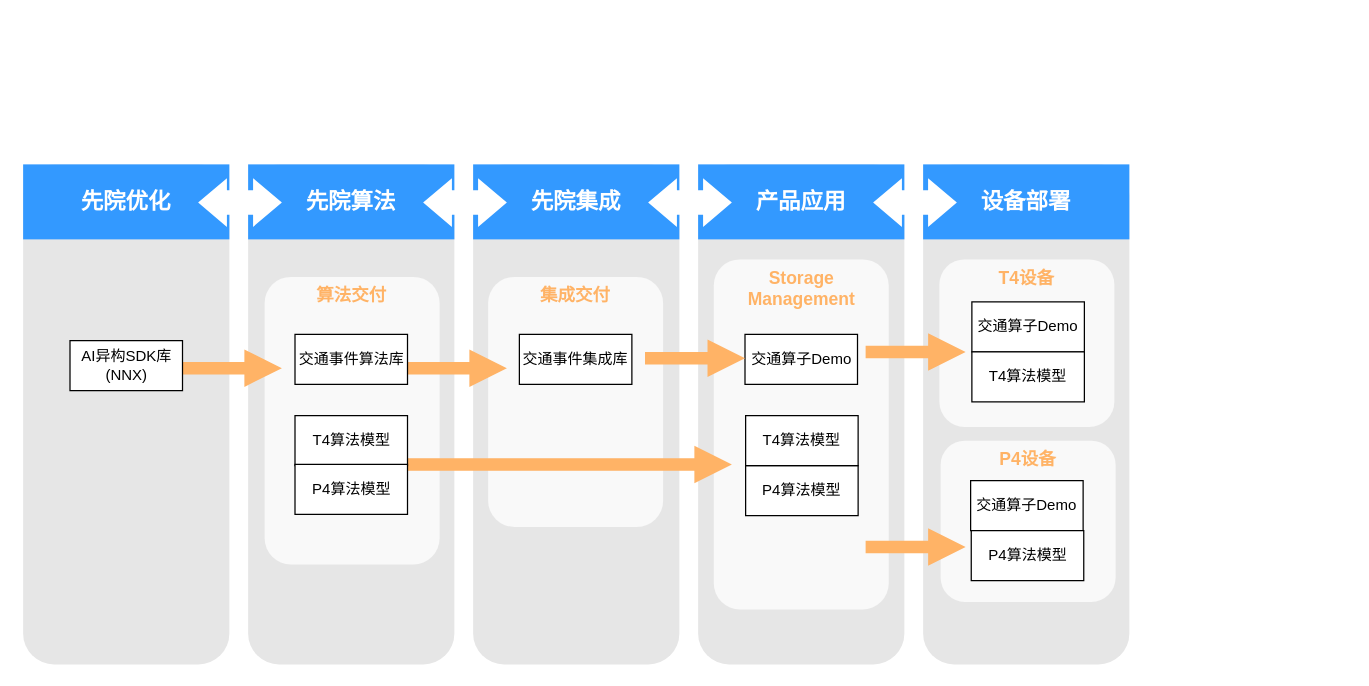
This is zhuanxiang_2.drawio from snowolfhawk/ceph-scripts, a draw.io file, before an edit. Source tidied: cells renumbered, new cells numbered last; positions are measured from the earlier drawing's top-left corner, leaving out a move shared by most shapes. Both pictures are drawn from the tidied source at 125%, with x=0, y=0 at pixel (22, 76).
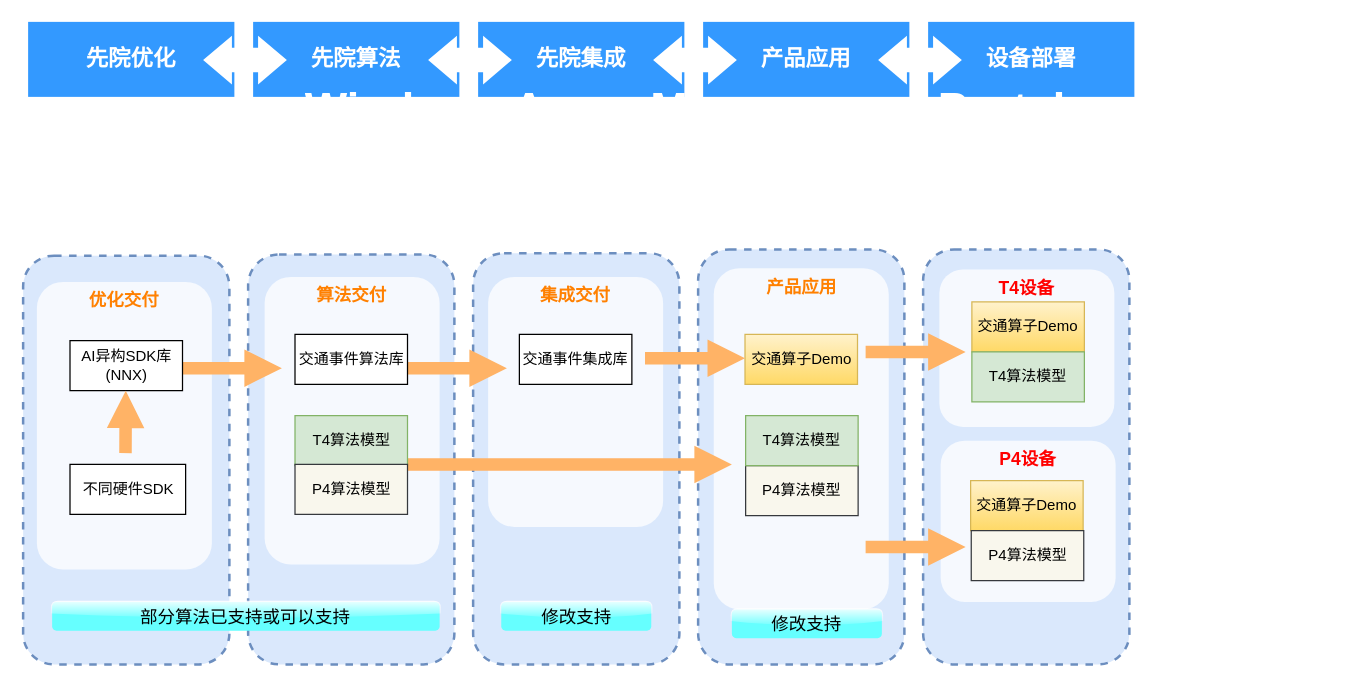
The same page after the edit.

Change to the diagram source:
```diff
@@
+    <mxCell id="4" style="rounded=1;whiteSpace=wrap;html=1;dashed=1;strokeColor=#6c8ebf;strokeWidth=2;fillColor=#dae8fc;fontFamily=Verdana;fontSize=12;" parent="1" vertex="1">
+      <mxGeometry y="143" width="165" height="327" as="geometry" />
+    </mxCell>
+    <mxCell id="40" value="&lt;font color=&quot;#ff8000&quot;&gt;优化交付&lt;/font&gt;" style="rounded=1;whiteSpace=wrap;html=1;dashed=1;strokeColor=none;strokeWidth=2;fillColor=#FFFFFF;fontFamily=Helvetica;fontSize=14;fontColor=#FFB366;opacity=75;verticalAlign=top;fontStyle=1;" parent="1" vertex="1">
+      <mxGeometry x="11" y="164" width="140" height="230" as="geometry" />
+    </mxCell>
-    <mxCell id="2" style="rounded=1;whiteSpace=wrap;html=1;dashed=1;strokeColor=none;strokeWidth=2;fillColor=#E6E6E6;fontFamily=Verdana;fontSize=12;fontColor=#00BEF2;" parent="1" vertex="1">
-      <mxGeometry x="360" y="70" width="165" height="400" as="geometry" />
+    <mxCell id="2" style="rounded=1;whiteSpace=wrap;html=1;dashed=1;strokeColor=#6c8ebf;strokeWidth=2;fillColor=#dae8fc;fontFamily=Verdana;fontSize=12;" parent="1" vertex="1">
+      <mxGeometry x="360" y="141" width="165" height="329" as="geometry" />
     </mxCell>
-    <mxCell id="3" value="集成交付" style="rounded=1;whiteSpace=wrap;html=1;dashed=1;strokeColor=none;strokeWidth=2;fillColor=#FFFFFF;fontFamily=Helvetica;fontSize=14;fontColor=#FFB366;opacity=75;verticalAlign=top;fontStyle=1;" parent="1" vertex="1">
+    <mxCell id="3" value="&lt;font color=&quot;#ff8000&quot;&gt;集成交付&lt;/font&gt;" style="rounded=1;whiteSpace=wrap;html=1;dashed=1;strokeColor=none;strokeWidth=2;fillColor=#FFFFFF;fontFamily=Helvetica;fontSize=14;fontColor=#FFB366;opacity=75;verticalAlign=top;fontStyle=1;" parent="1" vertex="1">
       <mxGeometry x="372" y="160" width="140" height="200" as="geometry" />
     </mxCell>
-    <mxCell id="4" style="rounded=1;whiteSpace=wrap;html=1;dashed=1;strokeColor=none;strokeWidth=2;fillColor=#E6E6E6;fontFamily=Verdana;fontSize=12;fontColor=#00BEF2;" parent="1" vertex="1">
-      <mxGeometry y="70" width="165" height="400" as="geometry" />
-    </mxCell>
-    <mxCell id="5" style="rounded=1;whiteSpace=wrap;html=1;dashed=1;strokeColor=none;strokeWidth=2;fillColor=#E6E6E6;fontFamily=Verdana;fontSize=12;fontColor=#00BEF2;" parent="1" vertex="1">
-      <mxGeometry x="180" y="70" width="165" height="400" as="geometry" />
+    <mxCell id="5" style="rounded=1;whiteSpace=wrap;html=1;dashed=1;strokeColor=#6c8ebf;strokeWidth=2;fillColor=#dae8fc;fontFamily=Verdana;fontSize=12;" parent="1" vertex="1">
+      <mxGeometry x="180" y="142" width="165" height="328" as="geometry" />
     </mxCell>
-    <mxCell id="6" style="rounded=1;whiteSpace=wrap;html=1;dashed=1;strokeColor=none;strokeWidth=2;fillColor=#E6E6E6;fontFamily=Verdana;fontSize=12;fontColor=#00BEF2;" parent="1" vertex="1">
-      <mxGeometry x="540" y="70" width="165" height="400" as="geometry" />
+    <mxCell id="6" style="rounded=1;whiteSpace=wrap;html=1;dashed=1;strokeColor=#6c8ebf;strokeWidth=2;fillColor=#dae8fc;fontFamily=Verdana;fontSize=12;" parent="1" vertex="1">
+      <mxGeometry x="540" y="138" width="165" height="332" as="geometry" />
     </mxCell>
-    <mxCell id="7" style="rounded=1;whiteSpace=wrap;html=1;dashed=1;strokeColor=none;strokeWidth=2;fillColor=#E6E6E6;fontFamily=Verdana;fontSize=12;fontColor=#00BEF2;" parent="1" vertex="1">
-      <mxGeometry x="720" y="70" width="165" height="400" as="geometry" />
+    <mxCell id="7" style="rounded=1;whiteSpace=wrap;html=1;dashed=1;strokeColor=#6c8ebf;strokeWidth=2;fillColor=#dae8fc;fontFamily=Verdana;fontSize=12;" parent="1" vertex="1">
+      <mxGeometry x="720" y="138" width="165" height="332" as="geometry" />
     </mxCell>
     <mxCell id="8" value="先院优化" style="whiteSpace=wrap;html=1;dashed=1;strokeColor=none;strokeWidth=2;fillColor=#3399FF;fontFamily=Helvetica;fontSize=18;fontColor=#FFFFFF;fontStyle=1;" parent="1" vertex="1">
-      <mxGeometry y="70" width="165" height="60" as="geometry" />
+      <mxGeometry x="4" y="-44" width="165" height="60" as="geometry" />
     </mxCell>
     <mxCell id="9" value="先院算法" style="whiteSpace=wrap;html=1;dashed=1;strokeColor=none;strokeWidth=2;fillColor=#3399FF;fontFamily=Helvetica;fontSize=18;fontColor=#FFFFFF;fontStyle=1;" parent="1" vertex="1">
-      <mxGeometry x="180" y="70" width="165" height="60" as="geometry" />
+      <mxGeometry x="184" y="-44" width="165" height="60" as="geometry" />
     </mxCell>
     <mxCell id="10" value="先院集成" style="whiteSpace=wrap;html=1;dashed=1;strokeColor=none;strokeWidth=2;fillColor=#3399FF;fontFamily=Helvetica;fontSize=18;fontColor=#FFFFFF;fontStyle=1;" parent="1" vertex="1">
-      <mxGeometry x="360" y="70" width="165" height="60" as="geometry" />
+      <mxGeometry x="364" y="-44" width="165" height="60" as="geometry" />
     </mxCell>
     <mxCell id="11" value="产品应用" style="whiteSpace=wrap;html=1;dashed=1;strokeColor=none;strokeWidth=2;fillColor=#3399FF;fontFamily=Helvetica;fontSize=18;fontColor=#FFFFFF;fontStyle=1;" parent="1" vertex="1">
-      <mxGeometry x="540" y="70" width="165" height="60" as="geometry" />
+      <mxGeometry x="544" y="-44" width="165" height="60" as="geometry" />
     </mxCell>
     <mxCell id="12" value="设备部署" style="whiteSpace=wrap;html=1;dashed=1;strokeColor=none;strokeWidth=2;fillColor=#3399FF;fontFamily=Helvetica;fontSize=18;fontColor=#FFFFFF;fontStyle=1;" parent="1" vertex="1">
-      <mxGeometry x="720" y="70" width="165" height="60" as="geometry" />
+      <mxGeometry x="724" y="-44" width="165" height="60" as="geometry" />
     </mxCell>
     <mxCell id="13" style="shape=mxgraph.arrows.two_way_arrow_horizontal;html=1;verticalLabelPosition=bottom;verticalAlign=top;strokeWidth=2;strokeColor=none;dashed=1;fillColor=#FFFFFF;fontFamily=Verdana;fontSize=12;fontColor=#00BEF2;" parent="1" vertex="1">
-      <mxGeometry x="140" y="81" width="67" height="39" as="geometry" />
+      <mxGeometry x="144" y="-33" width="67" height="39" as="geometry" />
     </mxCell>
     <mxCell id="14" style="shape=mxgraph.arrows.two_way_arrow_horizontal;html=1;verticalLabelPosition=bottom;verticalAlign=top;strokeWidth=2;strokeColor=none;dashed=1;fillColor=#FFFFFF;fontFamily=Verdana;fontSize=12;fontColor=#00BEF2;" parent="1" vertex="1">
-      <mxGeometry x="320" y="81" width="67" height="39" as="geometry" />
+      <mxGeometry x="324" y="-33" width="67" height="39" as="geometry" />
     </mxCell>
     <mxCell id="15" style="shape=mxgraph.arrows.two_way_arrow_horizontal;html=1;verticalLabelPosition=bottom;verticalAlign=top;strokeWidth=2;strokeColor=none;dashed=1;fillColor=#FFFFFF;fontFamily=Verdana;fontSize=12;fontColor=#00BEF2;" parent="1" vertex="1">
-      <mxGeometry x="500" y="81" width="67" height="39" as="geometry" />
+      <mxGeometry x="504" y="-33" width="67" height="39" as="geometry" />
     </mxCell>
     <mxCell id="16" style="shape=mxgraph.arrows.two_way_arrow_horizontal;html=1;verticalLabelPosition=bottom;verticalAlign=top;strokeWidth=2;strokeColor=none;dashed=1;fillColor=#FFFFFF;fontFamily=Verdana;fontSize=12;fontColor=#00BEF2;" parent="1" vertex="1">
-      <mxGeometry x="680" y="81" width="67" height="39" as="geometry" />
+      <mxGeometry x="684" y="-33" width="67" height="39" as="geometry" />
     </mxCell>
@@
-    <mxCell id="18" value="Storage Management" style="rounded=1;whiteSpace=wrap;html=1;dashed=1;strokeColor=none;strokeWidth=2;fillColor=#FFFFFF;fontFamily=Helvetica;fontSize=14;fontColor=#FFB366;opacity=75;verticalAlign=top;fontStyle=1;" parent="1" vertex="1">
-      <mxGeometry x="552.5" y="146" width="140" height="280" as="geometry" />
+    <mxCell id="18" value="&lt;font color=&quot;#ff8000&quot;&gt;产品应用&lt;/font&gt;" style="rounded=1;whiteSpace=wrap;html=1;dashed=1;strokeColor=none;strokeWidth=2;fillColor=#FFFFFF;fontFamily=Helvetica;fontSize=14;fontColor=#FFB366;opacity=75;verticalAlign=top;fontStyle=1;" parent="1" vertex="1">
+      <mxGeometry x="552.5" y="153" width="140" height="273" as="geometry" />
     </mxCell>
-    <mxCell id="19" value="T4设备" style="rounded=1;whiteSpace=wrap;html=1;dashed=1;strokeColor=none;strokeWidth=2;fillColor=#FFFFFF;fontFamily=Helvetica;fontSize=14;fontColor=#FFB366;opacity=75;verticalAlign=top;fontStyle=1;" parent="1" vertex="1">
-      <mxGeometry x="733" y="146" width="140" height="134" as="geometry" />
+    <mxCell id="19" value="&lt;font color=&quot;#ff0000&quot;&gt;T4设备&lt;/font&gt;" style="rounded=1;whiteSpace=wrap;html=1;dashed=1;strokeColor=none;strokeWidth=2;fillColor=#FFFFFF;fontFamily=Helvetica;fontSize=14;fontColor=#FFB366;opacity=75;verticalAlign=top;fontStyle=1;" parent="1" vertex="1">
+      <mxGeometry x="733" y="154" width="140" height="126" as="geometry" />
     </mxCell>
-    <mxCell id="20" value="P4设备" style="rounded=1;whiteSpace=wrap;html=1;dashed=1;strokeColor=none;strokeWidth=2;fillColor=#FFFFFF;fontFamily=Helvetica;fontSize=14;fontColor=#FFB366;opacity=75;verticalAlign=top;fontStyle=1;" parent="1" vertex="1">
+    <mxCell id="20" value="&lt;font color=&quot;#ff0000&quot;&gt;P4设备&lt;/font&gt;" style="rounded=1;whiteSpace=wrap;html=1;dashed=1;strokeColor=none;strokeWidth=2;fillColor=#FFFFFF;fontFamily=Helvetica;fontSize=14;fontColor=#FFB366;opacity=75;verticalAlign=top;fontStyle=1;" parent="1" vertex="1">
       <mxGeometry x="734" y="291" width="140" height="129" as="geometry" />
     </mxCell>
-    <mxCell id="21" value="算法交付" style="rounded=1;whiteSpace=wrap;html=1;dashed=1;strokeColor=none;strokeWidth=2;fillColor=#FFFFFF;fontFamily=Helvetica;fontSize=14;fontColor=#FFB366;opacity=75;verticalAlign=top;fontStyle=1;" parent="1" vertex="1">
+    <mxCell id="21" value="&lt;font color=&quot;#ff8000&quot;&gt;算法交付&lt;/font&gt;" style="rounded=1;whiteSpace=wrap;html=1;dashed=1;strokeColor=none;strokeWidth=2;fillColor=#FFFFFF;fontFamily=Helvetica;fontSize=14;fontColor=#FFB366;opacity=75;verticalAlign=top;fontStyle=1;" parent="1" vertex="1">
       <mxGeometry x="193.2" y="160" width="140" height="230" as="geometry" />
     </mxCell>
@@
-    <mxCell id="29" value="T4算法模型" style="rounded=0;whiteSpace=wrap;html=1;" parent="1" vertex="1">
+    <mxCell id="29" value="T4算法模型" style="rounded=0;whiteSpace=wrap;html=1;fillColor=#d5e8d4;strokeColor=#82b366;" parent="1" vertex="1">
       <mxGeometry x="217.5" y="271" width="90" height="40" as="geometry" />
     </mxCell>
-    <mxCell id="30" value="P4算法模型" style="rounded=0;whiteSpace=wrap;html=1;" parent="1" vertex="1">
+    <mxCell id="30" value="P4算法模型" style="rounded=0;whiteSpace=wrap;html=1;fillColor=#f9f7ed;strokeColor=#36393d;" parent="1" vertex="1">
       <mxGeometry x="217.5" y="310" width="90" height="40" as="geometry" />
     </mxCell>
@@
-    <mxCell id="32" value="P4算法模型" style="rounded=0;whiteSpace=wrap;html=1;" parent="1" vertex="1">
+    <mxCell id="32" value="P4算法模型" style="rounded=0;whiteSpace=wrap;html=1;fillColor=#f9f7ed;strokeColor=#36393d;" parent="1" vertex="1">
       <mxGeometry x="578" y="311" width="90" height="40" as="geometry" />
     </mxCell>
-    <mxCell id="33" value="交通算子Demo" style="rounded=0;whiteSpace=wrap;html=1;" parent="1" vertex="1">
+    <mxCell id="33" value="交通算子Demo" style="rounded=0;whiteSpace=wrap;html=1;fillColor=#fff2cc;strokeColor=#d6b656;gradientColor=#ffd966;" parent="1" vertex="1">
       <mxGeometry x="577.5" y="206" width="90" height="40" as="geometry" />
     </mxCell>
-    <mxCell id="34" value="T4算法模型" style="rounded=0;whiteSpace=wrap;html=1;" parent="1" vertex="1">
+    <mxCell id="34" value="T4算法模型" style="rounded=0;whiteSpace=wrap;html=1;fillColor=#d5e8d4;strokeColor=#82b366;" parent="1" vertex="1">
       <mxGeometry x="578" y="271" width="90" height="40" as="geometry" />
     </mxCell>
@@
-    <mxCell id="36" value="交通算子Demo" style="rounded=0;whiteSpace=wrap;html=1;" parent="1" vertex="1">
+    <mxCell id="36" value="交通算子Demo" style="rounded=0;whiteSpace=wrap;html=1;fillColor=#fff2cc;strokeColor=#d6b656;gradientColor=#ffd966;" parent="1" vertex="1">
       <mxGeometry x="759" y="180" width="90" height="40" as="geometry" />
     </mxCell>
-    <mxCell id="37" value="T4算法模型" style="rounded=0;whiteSpace=wrap;html=1;" parent="1" vertex="1">
+    <mxCell id="37" value="T4算法模型" style="rounded=0;whiteSpace=wrap;html=1;fillColor=#d5e8d4;strokeColor=#82b366;" parent="1" vertex="1">
       <mxGeometry x="759" y="220" width="90" height="40" as="geometry" />
     </mxCell>
-    <mxCell id="38" value="交通算子Demo" style="rounded=0;whiteSpace=wrap;html=1;" parent="1" vertex="1">
+    <mxCell id="38" value="交通算子Demo" style="rounded=0;whiteSpace=wrap;html=1;fillColor=#fff2cc;strokeColor=#d6b656;gradientColor=#ffd966;" parent="1" vertex="1">
       <mxGeometry x="758" y="323" width="90" height="40" as="geometry" />
     </mxCell>
-    <mxCell id="39" value="P4算法模型" style="rounded=0;whiteSpace=wrap;html=1;" parent="1" vertex="1">
+    <mxCell id="39" value="P4算法模型" style="rounded=0;whiteSpace=wrap;html=1;fillColor=#f9f7ed;strokeColor=#36393d;" parent="1" vertex="1">
       <mxGeometry x="758.5" y="363" width="90" height="40" as="geometry" />
     </mxCell>
+    <mxCell id="41" value="&lt;span style=&quot;font-size: 14px&quot;&gt;部分算法已支持或可以支持&lt;/span&gt;" style="rounded=1;whiteSpace=wrap;html=1;fillColor=#66FFFF;strokeColor=none;glass=1;sketch=0;shadow=0;" parent="1" vertex="1">
+      <mxGeometry x="23.2" y="420" width="310" height="23" as="geometry" />
+    </mxCell>
+    <mxCell id="42" value="&lt;span style=&quot;font-size: 14px&quot;&gt;修改支持&lt;/span&gt;" style="rounded=1;whiteSpace=wrap;html=1;fillColor=#66FFFF;strokeColor=none;glass=1;sketch=0;shadow=0;" parent="1" vertex="1">
+      <mxGeometry x="382.5" y="420" width="120" height="23" as="geometry" />
+    </mxCell>
+    <mxCell id="43" value="不同硬件SDK" style="rounded=0;whiteSpace=wrap;html=1;" parent="1" vertex="1">
+      <mxGeometry x="37.5" y="310" width="92.5" height="40" as="geometry" />
+    </mxCell>
+    <mxCell id="44" style="arrow;html=1;endArrow=block;endFill=1;strokeColor=none;strokeWidth=4;fontFamily=Helvetica;fontSize=36;fontColor=#FFB366;fillColor=#FFB366;" parent="1" edge="1">
+      <mxGeometry relative="1" as="geometry">
+        <mxPoint x="81.9" y="301" as="sourcePoint" />
+        <mxPoint x="82.1" y="251" as="targetPoint" />
+      </mxGeometry>
+    </mxCell>
+    <mxCell id="45" value="&lt;span style=&quot;font-size: 14px&quot;&gt;修改支持&lt;/span&gt;" style="rounded=1;whiteSpace=wrap;html=1;fillColor=#66FFFF;strokeColor=none;glass=1;sketch=0;shadow=0;" parent="1" vertex="1">
+      <mxGeometry x="567" y="426" width="120" height="23" as="geometry" />
+    </mxCell>
```
